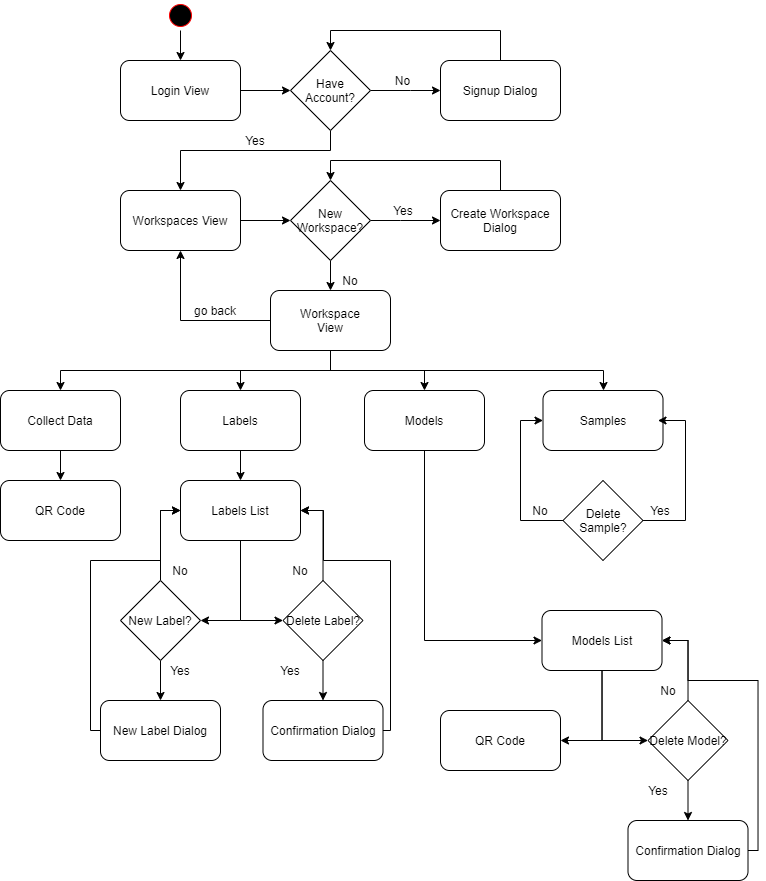
Earlier version of the draw.io export Requirements Specification/charts/flow1.png (PSE-TECO-2020-TEAM1/e2e-ml_docs). Source tidied: cells renumbered, new cells last; positions are measured from the earlier drawing's top-left corner, leaving out a move shared by most shapes.
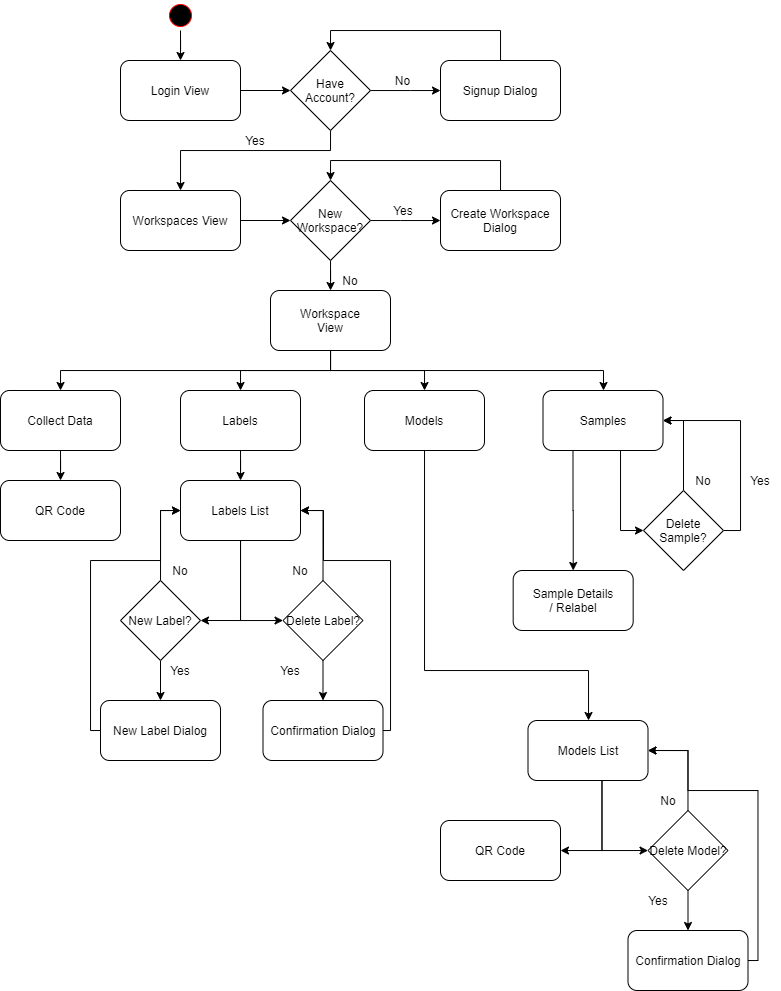
The same file after the commit.

What changed in the source:
```diff
@@ -87,9 +87,6 @@
     <mxCell id="21" value="No" style="text;html=1;strokeColor=none;fillColor=none;align=center;verticalAlign=middle;whiteSpace=wrap;rounded=0;" parent="1" vertex="1">
       <mxGeometry x="330" y="270" width="40" height="20" as="geometry" />
     </mxCell>
-    <mxCell id="22" style="edgeStyle=orthogonalEdgeStyle;rounded=0;jettySize=auto;html=1;" parent="1" edge="1" source="27" target="8">
-      <mxGeometry relative="1" as="geometry" />
-    </mxCell>
     <mxCell id="23" style="edgeStyle=orthogonalEdgeStyle;rounded=0;jettySize=auto;html=1;" parent="1" edge="1" source="27" target="29">
       <mxGeometry relative="1" as="geometry">
         <Array as="points">
@@ -130,19 +127,27 @@
     <mxCell id="32" style="edgeStyle=orthogonalEdgeStyle;rounded=0;jettySize=auto;html=1;" parent="1" edge="1" source="33" target="42">
       <mxGeometry relative="1" as="geometry">
         <Array as="points">
-          <mxPoint x="424" y="640" />
+          <mxPoint x="424" y="670" />
+          <mxPoint x="588" y="670" />
         </Array>
       </mxGeometry>
     </mxCell>
     <mxCell id="33" value="Models" style="rounded=1;whiteSpace=wrap;html=1;" parent="1" vertex="1">
       <mxGeometry x="364" y="390" width="120" height="60" as="geometry" />
     </mxCell>
+    <mxCell id="70" style="edgeStyle=orthogonalEdgeStyle;rounded=0;jettySize=auto;html=1;entryX=0;entryY=0.5;entryDx=0;entryDy=0;" parent="1" edge="1" source="34" target="67">
+      <mxGeometry relative="1" as="geometry">
+        <Array as="points">
+          <mxPoint x="620" y="530" />
+        </Array>
+      </mxGeometry>
+    </mxCell>
+    <mxCell id="71" style="edgeStyle=orthogonalEdgeStyle;rounded=0;jettySize=auto;html=1;exitX=0.25;exitY=1;exitDx=0;exitDy=0;" parent="1" edge="1" source="34" target="74">
+      <mxGeometry relative="1" as="geometry" />
+    </mxCell>
     <mxCell id="34" value="Samples" style="rounded=1;whiteSpace=wrap;html=1;" parent="1" vertex="1">
       <mxGeometry x="542.5" y="390" width="120" height="60" as="geometry" />
     </mxCell>
-    <mxCell id="35" value="go back" style="text;html=1;strokeColor=none;fillColor=none;align=center;verticalAlign=middle;whiteSpace=wrap;rounded=0;" parent="1" vertex="1">
-      <mxGeometry x="190" y="300" width="50" height="20" as="geometry" />
-    </mxCell>
     <mxCell id="36" value="QR Code" style="rounded=1;whiteSpace=wrap;html=1;" parent="1" vertex="1">
       <mxGeometry y="480" width="120" height="60" as="geometry" />
     </mxCell>
@@ -162,19 +167,19 @@
     <mxCell id="40" style="edgeStyle=orthogonalEdgeStyle;rounded=0;jettySize=auto;html=1;" parent="1" edge="1" source="42" target="59">
       <mxGeometry relative="1" as="geometry">
         <Array as="points">
-          <mxPoint x="601.5" y="740" />
+          <mxPoint x="601.5" y="850" />
         </Array>
       </mxGeometry>
     </mxCell>
     <mxCell id="41" style="edgeStyle=orthogonalEdgeStyle;rounded=0;jettySize=auto;html=1;" parent="1" edge="1" source="42" target="64">
       <mxGeometry relative="1" as="geometry">
         <Array as="points">
-          <mxPoint x="601.5" y="740" />
+          <mxPoint x="601.5" y="850" />
         </Array>
       </mxGeometry>
     </mxCell>
     <mxCell id="42" value="Models List" style="rounded=1;whiteSpace=wrap;html=1;" parent="1" vertex="1">
-      <mxGeometry x="541.5" y="610" width="120" height="60" as="geometry" />
+      <mxGeometry x="527.5" y="720" width="120" height="60" as="geometry" />
     </mxCell>
     <mxCell id="43" style="edgeStyle=orthogonalEdgeStyle;rounded=0;jettySize=auto;html=1;" parent="1" edge="1" source="45" target="47">
       <mxGeometry relative="1" as="geometry" />
@@ -243,56 +248,52 @@
       <mxGeometry relative="1" as="geometry" />
     </mxCell>
     <mxCell id="59" value="Delete Model?" style="rhombus;whiteSpace=wrap;html=1;" parent="1" vertex="1">
-      <mxGeometry x="647.5" y="700" width="80" height="80" as="geometry" />
+      <mxGeometry x="647.5" y="810" width="80" height="80" as="geometry" />
     </mxCell>
     <mxCell id="60" style="edgeStyle=orthogonalEdgeStyle;rounded=0;jettySize=auto;html=1;" parent="1" edge="1" source="61" target="42">
       <mxGeometry relative="1" as="geometry">
         <Array as="points">
-          <mxPoint x="757.5" y="850" />
-          <mxPoint x="757.5" y="680" />
-          <mxPoint x="687.5" y="680" />
-          <mxPoint x="687.5" y="640" />
+          <mxPoint x="757.5" y="960" />
+          <mxPoint x="757.5" y="790" />
+          <mxPoint x="687.5" y="790" />
+          <mxPoint x="687.5" y="750" />
         </Array>
       </mxGeometry>
     </mxCell>
     <mxCell id="61" value="Confirmation Dialog" style="rounded=1;whiteSpace=wrap;html=1;" parent="1" vertex="1">
-      <mxGeometry x="627.5" y="820" width="120" height="60" as="geometry" />
+      <mxGeometry x="627.5" y="930" width="120" height="60" as="geometry" />
     </mxCell>
     <mxCell id="62" value="Yes" style="text;html=1;strokeColor=none;fillColor=none;align=center;verticalAlign=middle;whiteSpace=wrap;rounded=0;" parent="1" vertex="1">
-      <mxGeometry x="637.5" y="780" width="40" height="20" as="geometry" />
+      <mxGeometry x="637.5" y="890" width="40" height="20" as="geometry" />
     </mxCell>
     <mxCell id="63" value="No" style="text;html=1;strokeColor=none;fillColor=none;align=center;verticalAlign=middle;whiteSpace=wrap;rounded=0;" parent="1" vertex="1">
-      <mxGeometry x="647.5" y="680" width="40" height="20" as="geometry" />
+      <mxGeometry x="647.5" y="790" width="40" height="20" as="geometry" />
     </mxCell>
     <mxCell id="64" value="QR Code" style="rounded=1;whiteSpace=wrap;html=1;" parent="1" vertex="1">
-      <mxGeometry x="440" y="710" width="120" height="60" as="geometry" />
+      <mxGeometry x="440" y="820" width="120" height="60" as="geometry" />
     </mxCell>
-    <mxCell id="65" style="edgeStyle=orthogonalEdgeStyle;rounded=0;orthogonalLoop=1;jettySize=auto;html=1;" parent="1" edge="1">
-      <mxGeometry relative="1" as="geometry">
-        <mxPoint x="637.5" y="520" as="sourcePoint" />
-        <mxPoint x="657.5" y="420" as="targetPoint" />
-        <Array as="points">
-          <mxPoint x="685" y="520" />
-          <mxPoint x="685" y="420" />
-        </Array>
-      </mxGeometry>
-    </mxCell>
-    <mxCell id="66" style="edgeStyle=orthogonalEdgeStyle;rounded=0;jettySize=auto;html=1;" parent="1" edge="1" source="67" target="34">
-      <mxGeometry relative="1" as="geometry">
-        <Array as="points">
-          <mxPoint x="520" y="520" />
-          <mxPoint x="520" y="420" />
-        </Array>
-      </mxGeometry>
-    </mxCell>
+    <mxCell id="72" style="edgeStyle=orthogonalEdgeStyle;rounded=0;jettySize=auto;html=1;entryX=1;entryY=0.5;entryDx=0;entryDy=0;" parent="1" edge="1" source="67" target="34">
+      <mxGeometry relative="1" as="geometry" />
+    </mxCell>
+    <mxCell id="73" style="edgeStyle=orthogonalEdgeStyle;rounded=0;jettySize=auto;html=1;" parent="1" edge="1" source="67" target="34">
+      <mxGeometry relative="1" as="geometry">
+        <Array as="points">
+          <mxPoint x="740" y="530" />
+          <mxPoint x="740" y="420" />
+        </Array>
+      </mxGeometry>
+    </mxCell>
     <mxCell id="67" value="Delete Sample?" style="rhombus;whiteSpace=wrap;html=1;" parent="1" vertex="1">
-      <mxGeometry x="562.5" y="480" width="80" height="80" as="geometry" />
+      <mxGeometry x="643" y="490" width="80" height="80" as="geometry" />
     </mxCell>
     <mxCell id="68" value="No" style="text;html=1;strokeColor=none;fillColor=none;align=center;verticalAlign=middle;whiteSpace=wrap;rounded=0;" parent="1" vertex="1">
-      <mxGeometry x="520" y="500" width="40" height="20" as="geometry" />
+      <mxGeometry x="683" y="470" width="40" height="20" as="geometry" />
     </mxCell>
     <mxCell id="69" value="Yes" style="text;html=1;strokeColor=none;fillColor=none;align=center;verticalAlign=middle;whiteSpace=wrap;rounded=0;" parent="1" vertex="1">
-      <mxGeometry x="640" y="500" width="40" height="20" as="geometry" />
+      <mxGeometry x="740" y="470" width="40" height="20" as="geometry" />
     </mxCell>
+    <mxCell id="74" value="Sample Details&lt;br&gt;/ Relabel" style="rounded=1;whiteSpace=wrap;html=1;" parent="1" vertex="1">
+      <mxGeometry x="512.7" y="570" width="120" height="60" as="geometry" />
+    </mxCell>
   </root>
 </mxGraphModel>
```
